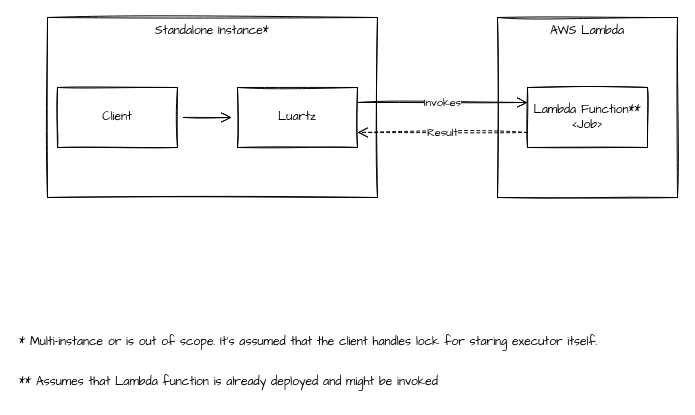
zatsepinvl/lambda-job-scheduler keeps this draw.io diagram as page "PhysicalArch" (2 of 3) of lambda-job-scheduler.drawio. Above is the earlier version. Source tidied: cells renumbered, new cells numbered last; positions are measured from the earlier drawing's top-left corner, leaving out a move shared by most shapes. Both pictures are drawn from the tidied source at 100%, with x=0, y=0 at pixel (17, 17).
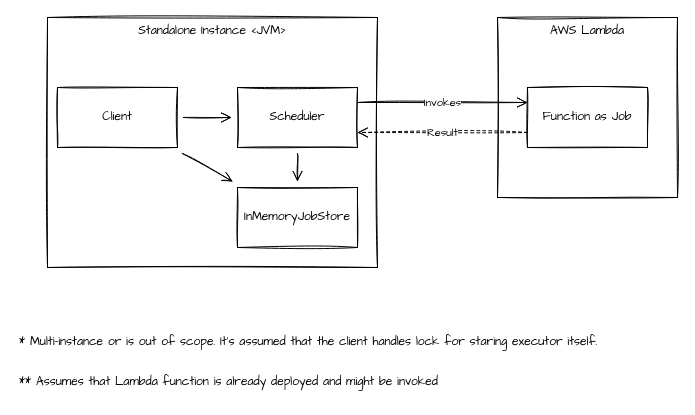
Above is the later version.

Diff of the diagram source:
```diff
@@
 <mxGraphModel>
   <root>
     <mxCell id="0" />
     <mxCell id="1" parent="0" />
-    <mxCell id="2" value="Standalone Instance*" style="rounded=0;whiteSpace=wrap;html=1;sketch=1;fontFamily=Comic Sans MS;verticalAlign=top;" parent="1" vertex="1">
-      <mxGeometry x="30" width="330" height="180" as="geometry" />
+    <mxCell id="2" value="Standalone Instance &amp;lt;JVM&amp;gt;" style="rounded=0;whiteSpace=wrap;html=1;sketch=1;fontFamily=Comic Sans MS;verticalAlign=top;" parent="1" vertex="1">
+      <mxGeometry x="30" width="330" height="250" as="geometry" />
     </mxCell>
-    <mxCell id="3" value="Luartz" style="rounded=0;whiteSpace=wrap;html=1;sketch=1;fontFamily=Comic Sans MS;" parent="1" vertex="1">
+    <mxCell id="3" value="Scheduler" style="rounded=0;whiteSpace=wrap;html=1;sketch=1;fontFamily=Comic Sans MS;" parent="1" vertex="1">
       <mxGeometry x="220" y="70" width="120" height="60" as="geometry" />
     </mxCell>
     <mxCell id="4" style="edgeStyle=none;rounded=0;sketch=1;jettySize=auto;html=1;fontFamily=Comic Sans MS;endArrow=open;endFill=0;startSize=8;endSize=8;sourcePerimeterSpacing=6;targetPerimeterSpacing=6;" parent="1" edge="1" source="5" target="3">
       <mxGeometry relative="1" as="geometry" />
     </mxCell>
     <mxCell id="5" value="Client" style="rounded=0;whiteSpace=wrap;html=1;sketch=1;fontFamily=Comic Sans MS;" parent="1" vertex="1">
       <mxGeometry x="40" y="70" width="120" height="60" as="geometry" />
     </mxCell>
     <mxCell id="6" value="AWS Lambda" style="rounded=0;whiteSpace=wrap;html=1;sketch=1;fontFamily=Comic Sans MS;verticalAlign=top;" parent="1" vertex="1">
       <mxGeometry x="480" width="180" height="180" as="geometry" />
     </mxCell>
-    <mxCell id="7" value="Lambda Function**&lt;br&gt;&amp;lt;Job&amp;gt;" style="rounded=0;whiteSpace=wrap;html=1;sketch=1;fontFamily=Comic Sans MS;" parent="1" vertex="1">
+    <mxCell id="7" value="Function as Job" style="rounded=0;whiteSpace=wrap;html=1;sketch=1;fontFamily=Comic Sans MS;" parent="1" vertex="1">
       <mxGeometry x="510" y="70" width="120" height="60" as="geometry" />
     </mxCell>
     <mxCell id="8" value="* Multi-instance or is out of scope. It's assumed that the client handles lock for staring executor itself.&amp;nbsp;" style="text;html=1;align=left;verticalAlign=middle;strokeColor=none;fillColor=none;fontFamily=Comic Sans MS;" parent="1" vertex="1">
       <mxGeometry y="310" width="610" height="30" as="geometry" />
     </mxCell>
     <mxCell id="9" value="Invokes" style="edgeStyle=none;rounded=0;sketch=1;jettySize=auto;html=1;fontFamily=Comic Sans MS;endArrow=open;endFill=0;startSize=8;endSize=8;sourcePerimeterSpacing=6;targetPerimeterSpacing=6;exitX=1;exitY=0.25;exitDx=0;exitDy=0;entryX=0;entryY=0.25;entryDx=0;entryDy=0;" parent="1" edge="1" source="3" target="7">
       <mxGeometry relative="1" as="geometry" />
     </mxCell>
     <mxCell id="10" value="Result" style="edgeStyle=none;rounded=0;sketch=1;jettySize=auto;html=1;fontFamily=Comic Sans MS;endArrow=open;endFill=0;startSize=8;endSize=8;sourcePerimeterSpacing=6;targetPerimeterSpacing=6;exitX=0;exitY=0.75;exitDx=0;exitDy=0;entryX=1;entryY=0.75;entryDx=0;entryDy=0;dashed=1;" parent="1" edge="1" source="7" target="3">
       <mxGeometry relative="1" as="geometry" />
     </mxCell>
     <mxCell id="11" value="** Assumes that Lambda function is already deployed and might be invoked&amp;nbsp;" style="text;html=1;align=left;verticalAlign=middle;strokeColor=none;fillColor=none;fontFamily=Comic Sans MS;" parent="1" vertex="1">
       <mxGeometry y="350" width="450" height="30" as="geometry" />
     </mxCell>
+    <mxCell id="12" value="InMemoryJobStore" style="rounded=0;whiteSpace=wrap;html=1;sketch=1;fontFamily=Comic Sans MS;" parent="1" vertex="1">
+      <mxGeometry x="220" y="170" width="120" height="60" as="geometry" />
+    </mxCell>
+    <mxCell id="13" style="edgeStyle=none;rounded=0;sketch=1;jettySize=auto;html=1;fontFamily=Comic Sans MS;endArrow=open;endFill=0;startSize=8;endSize=8;sourcePerimeterSpacing=6;targetPerimeterSpacing=6;" parent="1" edge="1" source="3" target="12">
+      <mxGeometry relative="1" as="geometry" />
+    </mxCell>
+    <mxCell id="14" style="edgeStyle=none;rounded=0;sketch=1;jettySize=auto;html=1;fontFamily=Comic Sans MS;endArrow=open;endFill=0;startSize=8;endSize=8;sourcePerimeterSpacing=6;targetPerimeterSpacing=6;" parent="1" edge="1" source="5" target="12">
+      <mxGeometry relative="1" as="geometry" />
+    </mxCell>
   </root>
 </mxGraphModel>
```
